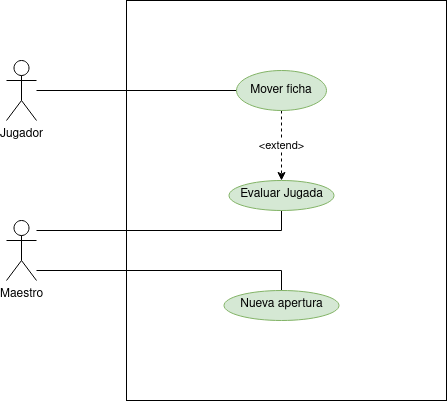
This is Tareas/casosUso/Tarea2/Ajedrez.drawio.png from colidom/ets, a draw.io export, as it was before one commit. Source tidied: cells renumbered, new cells last; positions are measured from the earlier drawing's top-left corner, leaving out a move shared by most shapes.
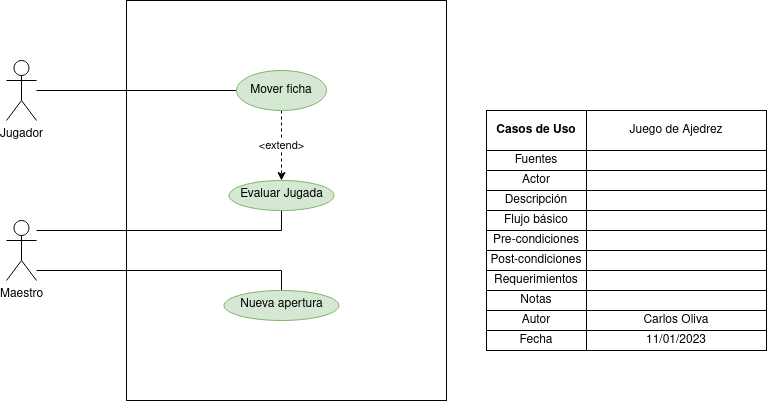
The same file after the commit.

Diff of the diagram source:
```diff
@@ -42,5 +42,107 @@
     <mxCell id="11" value="Nueva apertura" style="ellipse;whiteSpace=wrap;html=1;verticalAlign=top;fillColor=#d5e8d4;strokeColor=#82b366;" parent="1" vertex="1">
       <mxGeometry x="217.5" y="290" width="115" height="30" as="geometry" />
     </mxCell>
+    <mxCell id="12" style="shadow=0;fillColor=none;" parent="1" vertex="1">
+      <mxGeometry x="480" y="110" width="280" height="240" as="geometry" />
+    </mxCell>
+    <mxCell id="13" style="shape=tableRow;horizontal=0;startSize=0;swimlaneHead=0;swimlaneBody=0;top=0;left=0;bottom=0;right=0;fontStyle=0;fillColor=none;strokeColor=inherit;" parent="12" vertex="1">
+      <mxGeometry width="280" height="40" as="geometry" />
+    </mxCell>
+    <mxCell id="14" value="&lt;b&gt;Casos de Uso&lt;/b&gt;" style="strokeColor=inherit;fillColor=none;align=center;whiteSpace=wrap;html=1;" parent="13" vertex="1">
+      <mxGeometry width="100" height="40" as="geometry" />
+    </mxCell>
+    <mxCell id="15" value="Juego de Ajedrez" style="strokeColor=inherit;fillColor=none;align=center;whiteSpace=wrap;html=1;" parent="13" vertex="1">
+      <mxGeometry x="100" width="180" height="40" as="geometry" />
+    </mxCell>
+    <mxCell id="16" style="shape=tableRow;horizontal=0;startSize=0;swimlaneHead=0;swimlaneBody=0;top=0;left=0;bottom=0;right=0;fontStyle=0;fillColor=none;strokeColor=inherit;" parent="12" vertex="1">
+      <mxGeometry y="40" width="280" height="20" as="geometry" />
+    </mxCell>
+    <mxCell id="17" value="Fuentes" style="strokeColor=inherit;fillColor=none;align=center;whiteSpace=wrap;html=1;" parent="16" vertex="1">
+      <mxGeometry width="100" height="20" as="geometry" />
+    </mxCell>
+    <mxCell id="18" style="strokeColor=inherit;fillColor=none;align=center;whiteSpace=wrap;html=1;" parent="16" vertex="1">
+      <mxGeometry x="100" width="180" height="20" as="geometry" />
+    </mxCell>
+    <mxCell id="19" style="shape=tableRow;horizontal=0;startSize=0;swimlaneHead=0;swimlaneBody=0;top=0;left=0;bottom=0;right=0;fontStyle=0;fillColor=none;strokeColor=inherit;" parent="12" vertex="1">
+      <mxGeometry y="60" width="280" height="20" as="geometry" />
+    </mxCell>
+    <mxCell id="20" value="Actor" style="strokeColor=inherit;fillColor=none;align=center;whiteSpace=wrap;html=1;" parent="19" vertex="1">
+      <mxGeometry width="100" height="20" as="geometry" />
+    </mxCell>
+    <mxCell id="21" style="strokeColor=inherit;fillColor=none;align=center;whiteSpace=wrap;html=1;" parent="19" vertex="1">
+      <mxGeometry x="100" width="180" height="20" as="geometry" />
+    </mxCell>
+    <mxCell id="22" style="shape=tableRow;horizontal=0;startSize=0;swimlaneHead=0;swimlaneBody=0;top=0;left=0;bottom=0;right=0;fontStyle=0;fillColor=none;strokeColor=inherit;" parent="12" vertex="1">
+      <mxGeometry y="80" width="280" height="20" as="geometry" />
+    </mxCell>
+    <mxCell id="23" value="Descripción" style="strokeColor=inherit;fillColor=none;align=center;whiteSpace=wrap;html=1;" parent="22" vertex="1">
+      <mxGeometry width="100" height="20" as="geometry" />
+    </mxCell>
+    <mxCell id="24" style="strokeColor=inherit;fillColor=none;align=center;whiteSpace=wrap;html=1;" parent="22" vertex="1">
+      <mxGeometry x="100" width="180" height="20" as="geometry" />
+    </mxCell>
+    <mxCell id="25" style="shape=tableRow;horizontal=0;startSize=0;swimlaneHead=0;swimlaneBody=0;top=0;left=0;bottom=0;right=0;fontStyle=0;fillColor=none;strokeColor=inherit;" parent="12" vertex="1">
+      <mxGeometry y="100" width="280" height="20" as="geometry" />
+    </mxCell>
+    <mxCell id="26" value="Flujo básico" style="strokeColor=inherit;fillColor=none;align=center;whiteSpace=wrap;html=1;" parent="25" vertex="1">
+      <mxGeometry width="100" height="20" as="geometry" />
+    </mxCell>
+    <mxCell id="27" style="strokeColor=inherit;fillColor=none;align=center;whiteSpace=wrap;html=1;" parent="25" vertex="1">
+      <mxGeometry x="100" width="180" height="20" as="geometry" />
+    </mxCell>
+    <mxCell id="28" style="shape=tableRow;horizontal=0;startSize=0;swimlaneHead=0;swimlaneBody=0;top=0;left=0;bottom=0;right=0;fontStyle=0;fillColor=none;strokeColor=inherit;" parent="12" vertex="1">
+      <mxGeometry y="120" width="280" height="20" as="geometry" />
+    </mxCell>
+    <mxCell id="29" value="Pre-condiciones" style="strokeColor=inherit;fillColor=none;align=center;whiteSpace=wrap;html=1;" parent="28" vertex="1">
+      <mxGeometry width="100" height="20" as="geometry" />
+    </mxCell>
+    <mxCell id="30" style="strokeColor=inherit;fillColor=none;align=center;whiteSpace=wrap;html=1;" parent="28" vertex="1">
+      <mxGeometry x="100" width="180" height="20" as="geometry" />
+    </mxCell>
+    <mxCell id="31" style="shape=tableRow;horizontal=0;startSize=0;swimlaneHead=0;swimlaneBody=0;top=0;left=0;bottom=0;right=0;fontStyle=0;fillColor=none;strokeColor=inherit;" parent="12" vertex="1">
+      <mxGeometry y="140" width="280" height="20" as="geometry" />
+    </mxCell>
+    <mxCell id="32" value="Post-condiciones" style="strokeColor=inherit;fillColor=none;align=center;whiteSpace=wrap;html=1;" parent="31" vertex="1">
+      <mxGeometry width="100" height="20" as="geometry" />
+    </mxCell>
+    <mxCell id="33" style="strokeColor=inherit;fillColor=none;align=center;whiteSpace=wrap;html=1;" parent="31" vertex="1">
+      <mxGeometry x="100" width="180" height="20" as="geometry" />
+    </mxCell>
+    <mxCell id="34" style="shape=tableRow;horizontal=0;startSize=0;swimlaneHead=0;swimlaneBody=0;top=0;left=0;bottom=0;right=0;fontStyle=0;fillColor=none;strokeColor=inherit;" parent="12" vertex="1">
+      <mxGeometry y="160" width="280" height="20" as="geometry" />
+    </mxCell>
+    <mxCell id="35" value="Requerimientos" style="strokeColor=inherit;fillColor=none;align=center;whiteSpace=wrap;html=1;" parent="34" vertex="1">
+      <mxGeometry width="100" height="20" as="geometry" />
+    </mxCell>
+    <mxCell id="36" style="strokeColor=inherit;fillColor=none;align=center;whiteSpace=wrap;html=1;" parent="34" vertex="1">
+      <mxGeometry x="100" width="180" height="20" as="geometry" />
+    </mxCell>
+    <mxCell id="37" style="shape=tableRow;horizontal=0;startSize=0;swimlaneHead=0;swimlaneBody=0;top=0;left=0;bottom=0;right=0;fontStyle=0;fillColor=none;strokeColor=inherit;" parent="12" vertex="1">
+      <mxGeometry y="180" width="280" height="20" as="geometry" />
+    </mxCell>
+    <mxCell id="38" value="Notas" style="strokeColor=inherit;fillColor=none;align=center;whiteSpace=wrap;html=1;" parent="37" vertex="1">
+      <mxGeometry width="100" height="20" as="geometry" />
+    </mxCell>
+    <mxCell id="39" style="strokeColor=inherit;fillColor=none;align=center;whiteSpace=wrap;html=1;" parent="37" vertex="1">
+      <mxGeometry x="100" width="180" height="20" as="geometry" />
+    </mxCell>
+    <mxCell id="40" style="shape=tableRow;horizontal=0;startSize=0;swimlaneHead=0;swimlaneBody=0;top=0;left=0;bottom=0;right=0;fontStyle=0;fillColor=none;strokeColor=inherit;" parent="12" vertex="1">
+      <mxGeometry y="200" width="280" height="20" as="geometry" />
+    </mxCell>
+    <mxCell id="41" value="Autor" style="strokeColor=inherit;fillColor=none;align=center;whiteSpace=wrap;html=1;" parent="40" vertex="1">
+      <mxGeometry width="100" height="20" as="geometry" />
+    </mxCell>
+    <mxCell id="42" value="Carlos Oliva" style="strokeColor=inherit;fillColor=none;align=center;whiteSpace=wrap;html=1;" parent="40" vertex="1">
+      <mxGeometry x="100" width="180" height="20" as="geometry" />
+    </mxCell>
+    <mxCell id="43" style="shape=tableRow;horizontal=0;startSize=0;swimlaneHead=0;swimlaneBody=0;top=0;left=0;bottom=0;right=0;fontStyle=0;fillColor=none;strokeColor=inherit;" parent="12" vertex="1">
+      <mxGeometry y="220" width="280" height="20" as="geometry" />
+    </mxCell>
+    <mxCell id="44" value="Fecha" style="strokeColor=inherit;fillColor=none;align=center;whiteSpace=wrap;html=1;" parent="43" vertex="1">
+      <mxGeometry width="100" height="20" as="geometry" />
+    </mxCell>
+    <mxCell id="45" value="11/01/2023" style="strokeColor=inherit;fillColor=none;align=center;whiteSpace=wrap;html=1;" parent="43" vertex="1">
+      <mxGeometry x="100" width="180" height="20" as="geometry" />
+    </mxCell>
   </root>
 </mxGraphModel>
```
